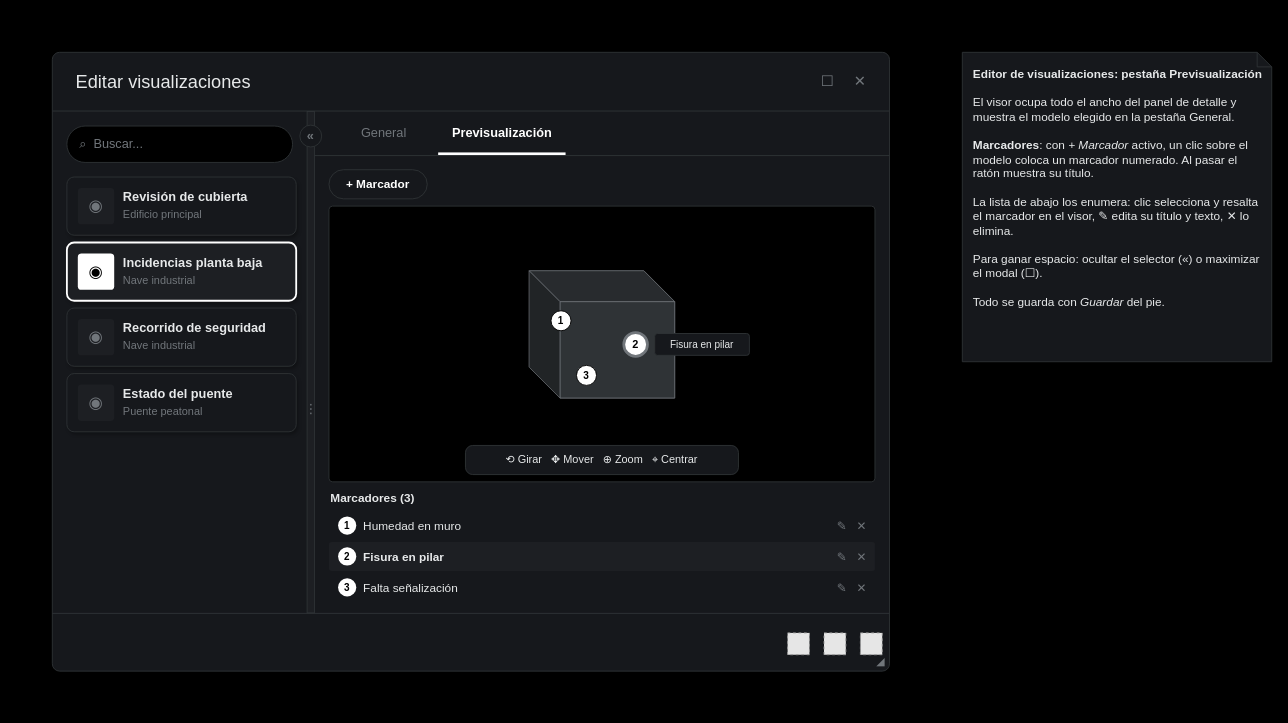
Before: page "Visualizaciones - Piezas" (6 of 9) of Documentation/UI/[Diseño] Cliso.UI - Editor.drawio in Aaron-B-D/Cliso, a draw.io diagram. Source tidied: cells renumbered, new cells numbered last; positions are measured from the earlier drawing's top-left corner, leaving out a move shared by most shapes. Both pictures are drawn from the tidied source at 91%, with x=0, y=0 at pixel (15, 15). Pictures stored in the file or linked from it are replaced by grey dashed boxes.
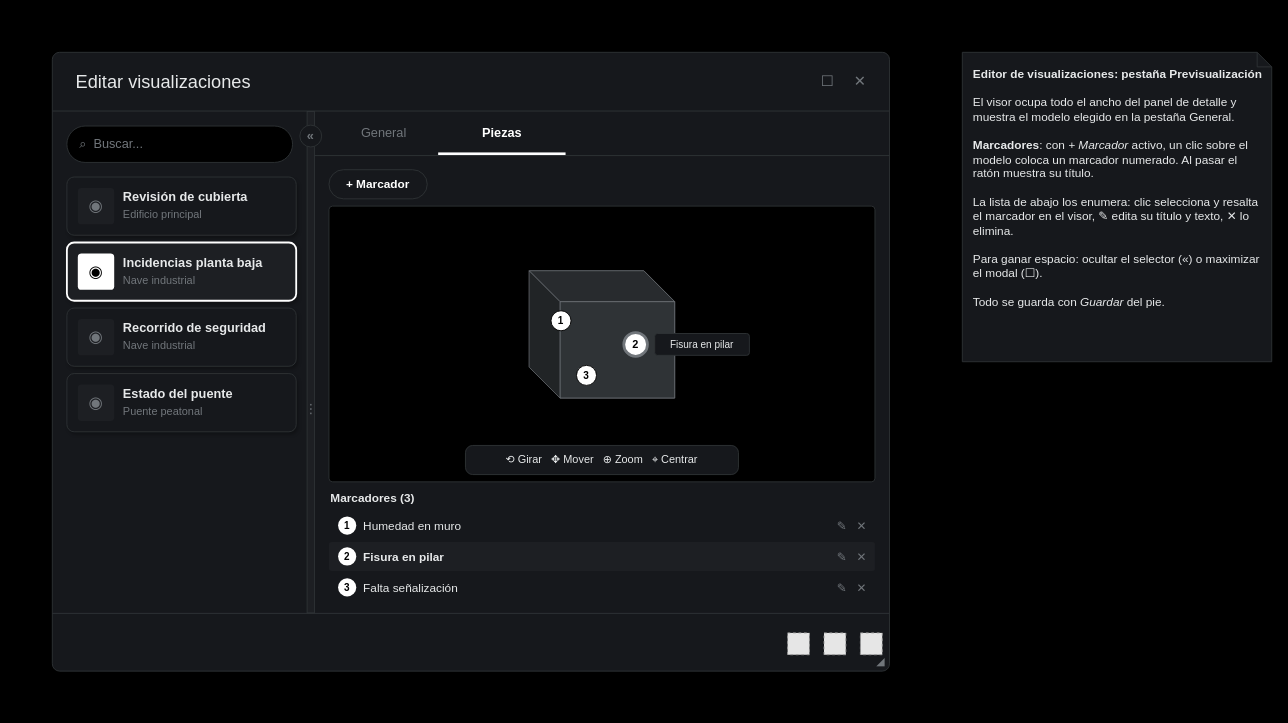
The same diagram, later.

The edit, as a diff of the source:
```diff
@@
-    <mxCell id="29" value="Previsualización" style="text;html=1;align=center;verticalAlign=middle;fontSize=14;fontStyle=1;fontColor=#FFFFFF;" parent="1" vertex="1">
+    <mxCell id="29" value="Piezas" style="text;html=1;align=center;verticalAlign=middle;fontSize=14;fontStyle=1;fontColor=#FFFFFF;" parent="1" vertex="1">
       <mxGeometry x="464" y="105" width="140" height="45" as="geometry" />
     </mxCell>
```
